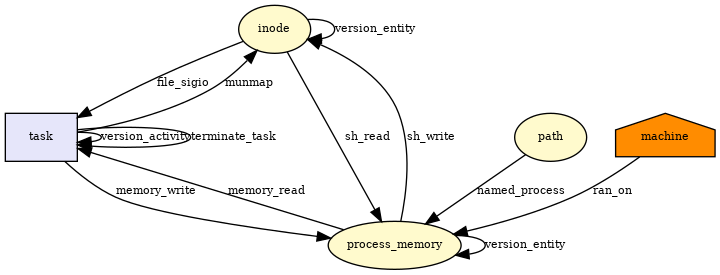
Before: docs/img/__x64_sys_process_vm_readv.png, a diagram exported from Graphviz (CamFlow/camflow-dev). Its source is kept beside it as docs/dot/__x64_sys_process_vm_readv.dot. The source it was exported from:
```dot
digraph RGL__DirectedAdjacencyGraph {inode[fontsize = 8,label = inode,shape = ellipse, fillcolor="#fffacd", style = filled]

task[fontsize = 8,label = task,shape = rectangle, fillcolor="#e6e6fa", style = filled]

inode -> task[fontsize = 8,label = file_sigio]

process_memory[fontsize = 8,label = process_memory,shape = ellipse, fillcolor="#fffacd", style = filled]

task -> process_memory[fontsize = 8,label = memory_write]

task -> task[fontsize = 8,label = version_activity]

process_memory -> process_memory[fontsize = 8,label = version_entity]

process_memory -> inode[fontsize = 8,label = sh_write]

inode -> inode[fontsize = 8,label = version_entity]

path[fontsize = 8,label = path,shape = ellipse, fillcolor="#fffacd", style = filled]

path -> process_memory[fontsize = 8,label = named_process]

machine[fontsize = 8,label = machine,shape = house, fillcolor="#ff8c00", style = filled]

machine -> process_memory[fontsize = 8,label = ran_on]

process_memory -> task[fontsize = 8,label = memory_read]

task -> inode[fontsize = 8,label = munmap]

inode -> process_memory[fontsize = 8,label = sh_read]

task -> task[fontsize = 8,label = terminate_task]

}
```
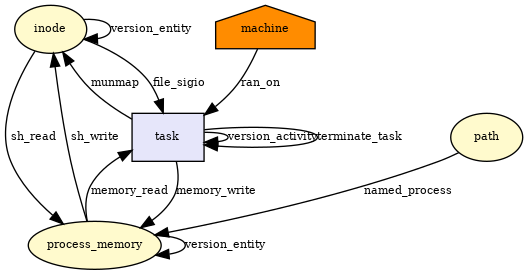
After the change.

What changed in the source:
```diff
@@ -22,7 +22,7 @@
 
 machine[fontsize = 8,label = machine,shape = house, fillcolor="#ff8c00", style = filled]
 
-machine -> process_memory[fontsize = 8,label = ran_on]
+machine -> task[fontsize = 8,label = ran_on]
 
 process_memory -> task[fontsize = 8,label = memory_read]
 
```
